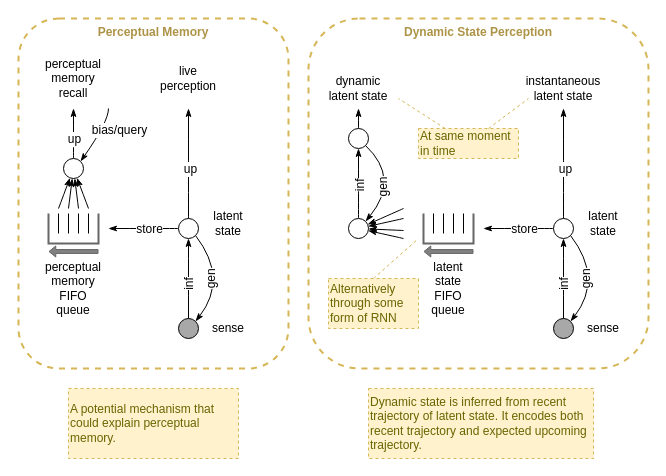
Above: page "dynamic-state" (5 of 8) of files/Focusing-on-the-why.drawio in malcolmlett/malcolmlett.github.io (draw.io), before the change. Source tidied: cells renumbered, new cells numbered last; positions are measured from the earlier drawing's top-left corner, leaving out a move shared by most shapes. Both pictures are drawn from the tidied source at 100%, with x=0, y=0 at pixel (18, 18).
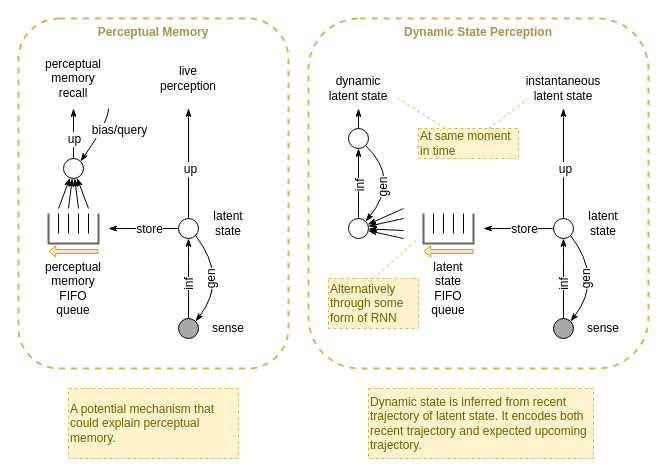
Above is the later version.

What changed in the source:
```diff
@@
-    <mxCell id="22" style="shape=flexArrow;endArrow=classic;html=1;shadow=0;strokeWidth=1;fontSize=12;width=3.875968992248062;endSize=1.9224806201550388;endWidth=6.211165194399375;strokeColor=#666666;fillColor=#808080;" parent="1" edge="1">
+    <mxCell id="22" style="shape=flexArrow;endArrow=classic;html=1;shadow=0;strokeWidth=1;fontSize=12;width=3.875968992248062;endSize=1.9224806201550388;endWidth=6.211165194399375;strokeColor=#d79b00;fillColor=#ffe6cc;" parent="1" edge="1">
       <mxGeometry relative="1" as="geometry">
         <mxPoint x="80" y="233" as="sourcePoint" />
         <mxPoint x="30" y="233" as="targetPoint" />
       </mxGeometry>
     </mxCell>
@@
-    <mxCell id="54" style="shape=flexArrow;endArrow=classic;html=1;shadow=0;strokeWidth=1;fontSize=12;width=3.875968992248062;endSize=1.9224806201550388;endWidth=6.211165194399375;strokeColor=#666666;fillColor=#808080;" parent="1" edge="1">
+    <mxCell id="54" style="shape=flexArrow;endArrow=classic;html=1;shadow=0;strokeWidth=1;fontSize=12;width=3.875968992248062;endSize=1.9224806201550388;endWidth=6.211165194399375;strokeColor=#d79b00;fillColor=#ffe6cc;" parent="1" edge="1">
       <mxGeometry relative="1" as="geometry">
         <mxPoint x="455" y="233" as="sourcePoint" />
         <mxPoint x="405" y="233" as="targetPoint" />
       </mxGeometry>
     </mxCell>
```
